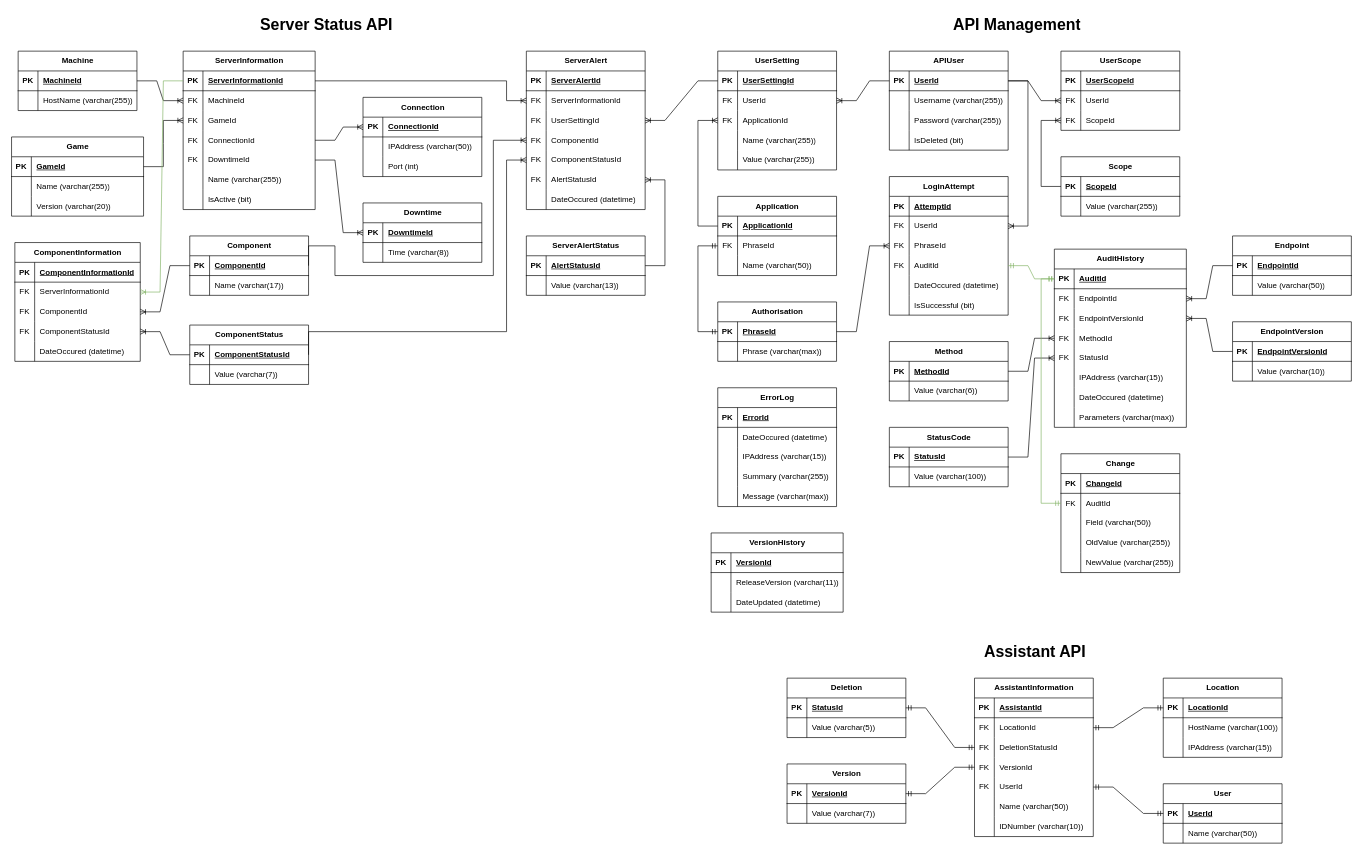
Above: Database ERD.drawio in LegendarySpork9/Hunter-Industries-API (draw.io), before the change. Source tidied: cells renumbered, new cells numbered last; positions are measured from the earlier drawing's top-left corner, leaving out a move shared by most shapes. Both pictures are drawn from the tidied source at 66%, with x=0, y=0 at pixel (11, 11).
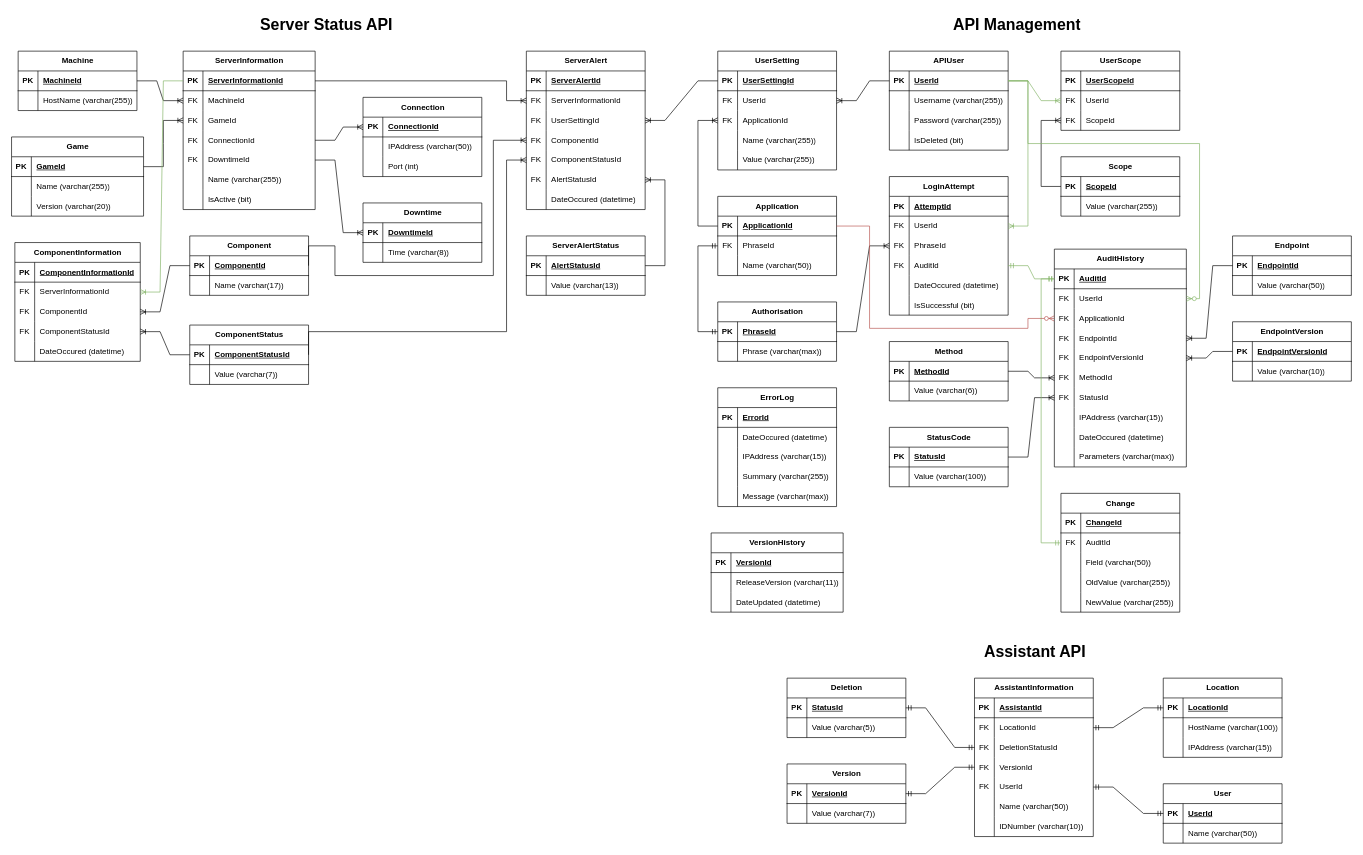
The same diagram, later.

Unchanged cells that the change refers to:
```xml
<mxCell id="67" style="shape=tableRow;horizontal=0;startSize=0;swimlaneHead=0;swimlaneBody=0;fillColor=none;points=[[0,0.5],[1,0.5]];portConstraint=eastwest;top=0;left=0;right=0;bottom=1;" parent="66" vertex="1">
  <mxGeometry y="30" width="200" height="30" as="geometry" />
</mxCell>
<mxCell id="106" style="shape=tableRow;horizontal=0;startSize=0;swimlaneHead=0;swimlaneBody=0;fillColor=none;points=[[0,0.5],[1,0.5]];portConstraint=eastwest;top=0;left=0;right=0;bottom=1;" parent="105" vertex="1">
  <mxGeometry y="30" width="180" height="30" as="geometry" />
</mxCell>
<mxCell id="122" style="shape=tableRow;horizontal=0;startSize=0;swimlaneHead=0;swimlaneBody=0;fillColor=none;points=[[0,0.5],[1,0.5]];portConstraint=eastwest;top=0;left=0;right=0;bottom=0;" parent="118" vertex="1">
  <mxGeometry y="60" width="180" height="30" as="geometry" />
</mxCell>
<mxCell id="135" style="shape=tableRow;horizontal=0;startSize=0;swimlaneHead=0;swimlaneBody=0;fillColor=none;points=[[0,0.5],[1,0.5]];portConstraint=eastwest;top=0;left=0;right=0;bottom=1;" parent="134" vertex="1">
  <mxGeometry y="30" width="180" height="30" as="geometry" />
</mxCell>
<mxCell id="171" style="shape=tableRow;horizontal=0;startSize=0;swimlaneHead=0;swimlaneBody=0;fillColor=none;points=[[0,0.5],[1,0.5]];portConstraint=eastwest;top=0;left=0;right=0;bottom=0;" parent="167" vertex="1">
  <mxGeometry y="60" width="180" height="30" as="geometry" />
</mxCell>
<mxCell id="197" style="shape=tableRow;horizontal=0;startSize=0;swimlaneHead=0;swimlaneBody=0;fillColor=none;points=[[0,0.5],[1,0.5]];portConstraint=eastwest;top=0;left=0;right=0;bottom=0;" parent="193" vertex="1">
  <mxGeometry y="60" width="180" height="30" as="geometry" />
</mxCell>
```

Change to the diagram source:
```diff
@@
     <mxCell id="66" value="AuditHistory" style="shape=table;startSize=30;childLayout=tableLayout;rowLines=0;fontStyle=1;align=center;html=1;" parent="1" vertex="1">
-      <mxGeometry x="1580" y="360" width="200" height="270" as="geometry" />
+      <mxGeometry x="1580" y="360" width="200" height="330" as="geometry" />
     </mxCell>
@@
+    <mxCell id="379" style="shape=tableRow;horizontal=0;startSize=0;swimlaneHead=0;swimlaneBody=0;fillColor=none;points=[[0,0.5],[1,0.5]];portConstraint=eastwest;top=0;left=0;right=0;bottom=0;" parent="66" vertex="1">
+      <mxGeometry y="60" width="200" height="30" as="geometry" />
+    </mxCell>
+    <mxCell id="380" value="FK" style="shape=partialRectangle;fillColor=none;top=0;left=0;bottom=0;right=0;overflow=hidden;whiteSpace=wrap;html=1;" parent="379" vertex="1">
+      <mxGeometry width="30" height="30" as="geometry" />
+    </mxCell>
+    <mxCell id="381" value="UserId" style="shape=partialRectangle;fillColor=none;top=0;left=0;bottom=0;right=0;align=left;spacingLeft=6;overflow=hidden;whiteSpace=wrap;html=1;" parent="379" vertex="1">
+      <mxGeometry x="30" width="170" height="30" as="geometry" />
+    </mxCell>
+    <mxCell id="382" style="shape=tableRow;horizontal=0;startSize=0;swimlaneHead=0;swimlaneBody=0;fillColor=none;points=[[0,0.5],[1,0.5]];portConstraint=eastwest;top=0;left=0;right=0;bottom=0;" parent="66" vertex="1">
+      <mxGeometry y="90" width="200" height="30" as="geometry" />
+    </mxCell>
+    <mxCell id="383" value="FK" style="shape=partialRectangle;fillColor=none;top=0;left=0;bottom=0;right=0;overflow=hidden;whiteSpace=wrap;html=1;" parent="382" vertex="1">
+      <mxGeometry width="30" height="30" as="geometry" />
+    </mxCell>
+    <mxCell id="384" value="ApplicationId" style="shape=partialRectangle;fillColor=none;top=0;left=0;bottom=0;right=0;align=left;spacingLeft=6;overflow=hidden;whiteSpace=wrap;html=1;" parent="382" vertex="1">
+      <mxGeometry x="30" width="170" height="30" as="geometry" />
+    </mxCell>
     <mxCell id="70" style="shape=tableRow;horizontal=0;startSize=0;swimlaneHead=0;swimlaneBody=0;fillColor=none;points=[[0,0.5],[1,0.5]];portConstraint=eastwest;top=0;left=0;right=0;bottom=0;" parent="66" vertex="1">
-      <mxGeometry y="60" width="200" height="30" as="geometry" />
+      <mxGeometry y="120" width="200" height="30" as="geometry" />
     </mxCell>
@@
     <mxCell id="73" style="shape=tableRow;horizontal=0;startSize=0;swimlaneHead=0;swimlaneBody=0;fillColor=none;points=[[0,0.5],[1,0.5]];portConstraint=eastwest;top=0;left=0;right=0;bottom=0;" parent="66" vertex="1">
-      <mxGeometry y="90" width="200" height="30" as="geometry" />
+      <mxGeometry y="150" width="200" height="30" as="geometry" />
     </mxCell>
@@
     <mxCell id="76" style="shape=tableRow;horizontal=0;startSize=0;swimlaneHead=0;swimlaneBody=0;fillColor=none;points=[[0,0.5],[1,0.5]];portConstraint=eastwest;top=0;left=0;right=0;bottom=0;" parent="66" vertex="1">
-      <mxGeometry y="120" width="200" height="30" as="geometry" />
+      <mxGeometry y="180" width="200" height="30" as="geometry" />
     </mxCell>
@@
     <mxCell id="79" style="shape=tableRow;horizontal=0;startSize=0;swimlaneHead=0;swimlaneBody=0;fillColor=none;points=[[0,0.5],[1,0.5]];portConstraint=eastwest;top=0;left=0;right=0;bottom=0;" parent="66" vertex="1">
-      <mxGeometry y="150" width="200" height="30" as="geometry" />
+      <mxGeometry y="210" width="200" height="30" as="geometry" />
     </mxCell>
@@
     <mxCell id="82" style="shape=tableRow;horizontal=0;startSize=0;swimlaneHead=0;swimlaneBody=0;fillColor=none;top=0;left=0;right=0;bottom=0;" parent="66" vertex="1">
-      <mxGeometry y="180" width="200" height="30" as="geometry" />
+      <mxGeometry y="240" width="200" height="30" as="geometry" />
     </mxCell>
@@
     <mxCell id="85" style="shape=tableRow;horizontal=0;startSize=0;swimlaneHead=0;swimlaneBody=0;fillColor=none;top=0;left=0;right=0;bottom=0;" parent="66" vertex="1">
-      <mxGeometry y="210" width="200" height="30" as="geometry" />
+      <mxGeometry y="270" width="200" height="30" as="geometry" />
     </mxCell>
@@
     <mxCell id="88" style="shape=tableRow;horizontal=0;startSize=0;swimlaneHead=0;swimlaneBody=0;fillColor=none;top=0;left=0;right=0;bottom=0;" parent="66" vertex="1">
-      <mxGeometry y="240" width="200" height="30" as="geometry" />
+      <mxGeometry y="300" width="200" height="30" as="geometry" />
     </mxCell>
@@
     <mxCell id="118" value="Change" style="shape=table;startSize=30;childLayout=tableLayout;rowLines=0;fontStyle=1;align=center;html=1;" parent="1" vertex="1">
-      <mxGeometry x="1590" y="670" width="180" height="180" as="geometry" />
+      <mxGeometry x="1590" y="730" width="180" height="180" as="geometry" />
     </mxCell>
@@
     <mxCell id="226" style="edgeStyle=orthogonalEdgeStyle;fontSize=12;html=1;endArrow=ERmandOne;startArrow=ERmandOne;rounded=0;entryX=0;entryY=0.5;entryDx=0;entryDy=0;exitX=0;exitY=0.5;exitDx=0;exitDy=0;fillColor=#d5e8d4;strokeColor=#82b366;" parent="1" edge="1" source="122" target="67">
       <mxGeometry relative="1" as="geometry">
         <Array as="points">
-          <mxPoint x="1560" y="745" />
+          <mxPoint x="1560" y="805" />
           <mxPoint x="1560" y="405" />
         </Array>
       </mxGeometry>
     </mxCell>
-    <mxCell id="227" style="edgeStyle=entityRelationEdgeStyle;fontSize=12;html=1;endArrow=ERoneToMany;rounded=0;entryX=0;entryY=0.5;entryDx=0;entryDy=0;exitX=1;exitY=0.5;exitDx=0;exitDy=0;" parent="1" edge="1" source="106" target="197">
+    <mxCell id="227" style="edgeStyle=entityRelationEdgeStyle;fontSize=12;html=1;endArrow=ERoneToMany;rounded=0;entryX=0;entryY=0.5;entryDx=0;entryDy=0;exitX=1;exitY=0.5;exitDx=0;exitDy=0;fillColor=#d5e8d4;strokeColor=#82b366;" parent="1" edge="1" source="106" target="197">
       <mxGeometry relative="1" as="geometry" />
     </mxCell>
-    <mxCell id="228" style="edgeStyle=entityRelationEdgeStyle;fontSize=12;html=1;endArrow=ERoneToMany;rounded=0;entryX=1;entryY=0.5;entryDx=0;entryDy=0;exitX=1;exitY=0.5;exitDx=0;exitDy=0;" parent="1" edge="1" source="106" target="171">
+    <mxCell id="228" style="edgeStyle=entityRelationEdgeStyle;fontSize=12;html=1;endArrow=ERoneToMany;rounded=0;entryX=1;entryY=0.5;entryDx=0;entryDy=0;exitX=1;exitY=0.5;exitDx=0;exitDy=0;fillColor=#d5e8d4;strokeColor=#82b366;" parent="1" edge="1" source="106" target="171">
       <mxGeometry relative="1" as="geometry" />
     </mxCell>
@@
+    <mxCell id="385" style="edgeStyle=orthogonalEdgeStyle;fontSize=12;html=1;endArrow=ERzeroToMany;endFill=1;rounded=0;exitX=1;exitY=0.5;exitDx=0;exitDy=0;entryX=1;entryY=0.5;entryDx=0;entryDy=0;fillColor=#d5e8d4;strokeColor=#82b366;" parent="1" edge="1" source="106" target="379">
+      <mxGeometry relative="1" as="geometry">
+        <Array as="points">
+          <mxPoint x="1540" y="105" />
+          <mxPoint x="1540" y="200" />
+          <mxPoint x="1800" y="200" />
+          <mxPoint x="1800" y="435" />
+        </Array>
+      </mxGeometry>
+    </mxCell>
+    <mxCell id="386" style="edgeStyle=orthogonalEdgeStyle;fontSize=12;html=1;endArrow=ERzeroToMany;endFill=1;rounded=0;fillColor=#f8cecc;strokeColor=#b85450;entryX=0;entryY=0.5;entryDx=0;entryDy=0;exitX=1;exitY=0.5;exitDx=0;exitDy=0;" parent="1" edge="1" source="135" target="382">
+      <mxGeometry relative="1" as="geometry">
+        <Array as="points">
+          <mxPoint x="1300" y="325" />
+          <mxPoint x="1300" y="480" />
+          <mxPoint x="1540" y="480" />
+          <mxPoint x="1540" y="465" />
+        </Array>
+      </mxGeometry>
+    </mxCell>
```
